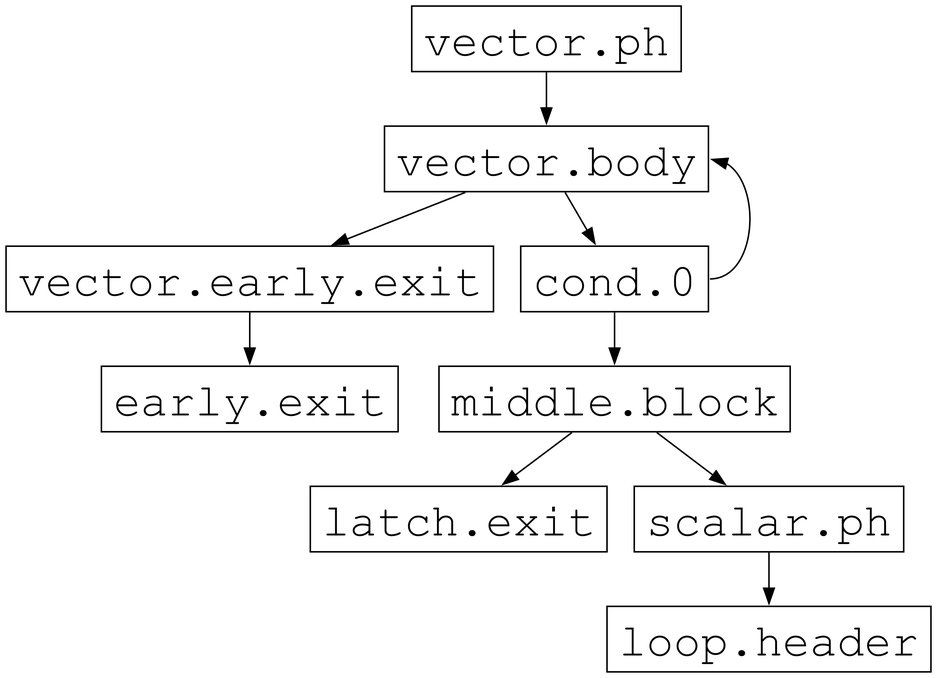
Above: llvm/docs/vplan-early-exit-lowered.png in llvm/llvm-project (Graphviz), before the change. Its source is kept beside it as llvm/docs/vplan-early-exit-lowered.dot.
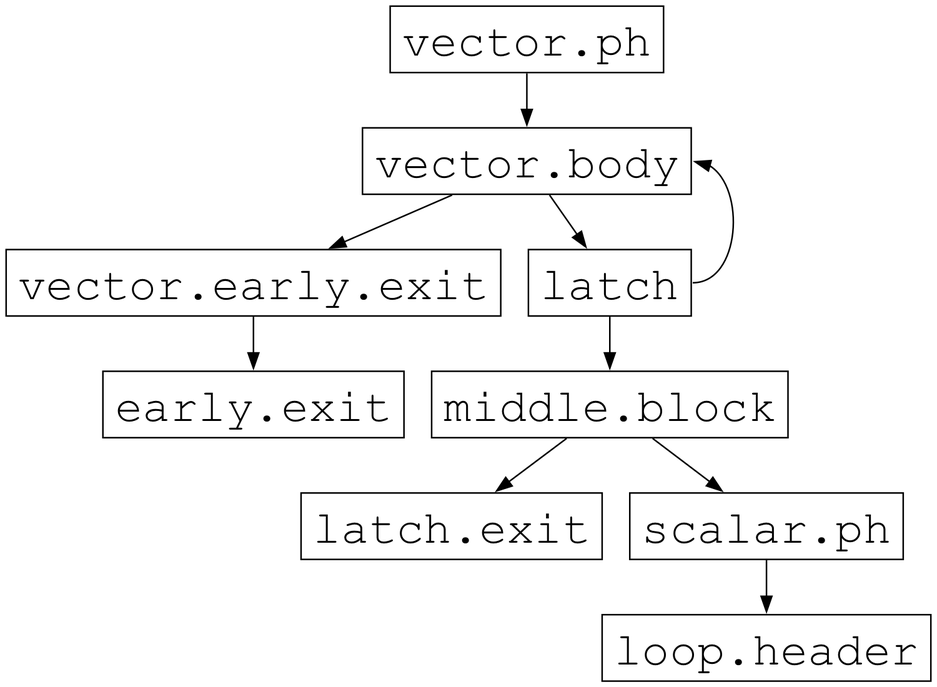
Later version of the same file.

The edit, as a diff of the source:
```diff
@@ -11,7 +11,7 @@
   N2 -> N5 [ label=""]
   N2 -> N4 [ label=""]
   N4 [label =
-    "cond.0"
+    "latch"
   ]
   N4 -> N7 [ label=""]
   N4:e -> N2:e [ label=""]
```
